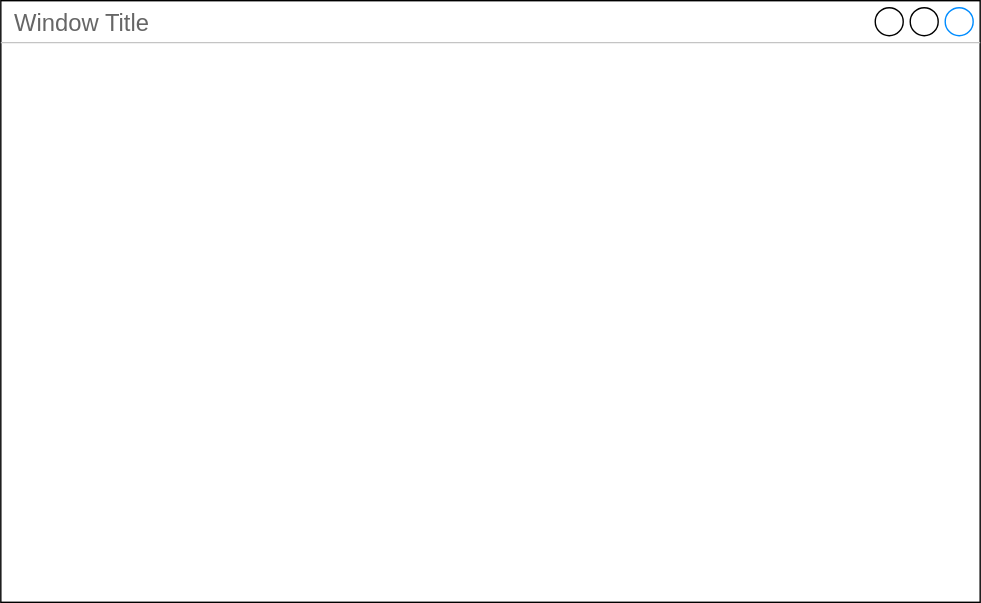
The draw.io diagram 画面設計.drawio.svg in yu-tasa/basicDesign, before a commit. Source tidied: cells renumbered, new cells last; positions are measured from the earlier drawing's top-left corner, leaving out a move shared by most shapes. Its diagram source:
```xml
<mxGraphModel>
  <root>
    <mxCell id="0" />
    <mxCell id="1" parent="0" />
    <mxCell id="2" value="Window Title" style="strokeWidth=1;shadow=0;dashed=0;align=center;html=1;shape=mxgraph.mockup.containers.window;align=left;verticalAlign=top;spacingLeft=8;strokeColor2=#008cff;strokeColor3=#c4c4c4;fontColor=#666666;mainText=;fontSize=17;labelBackgroundColor=none;whiteSpace=wrap;" parent="1" vertex="1">
      <mxGeometry width="700" height="430" as="geometry" />
    </mxCell>
  </root>
</mxGraphModel>
```
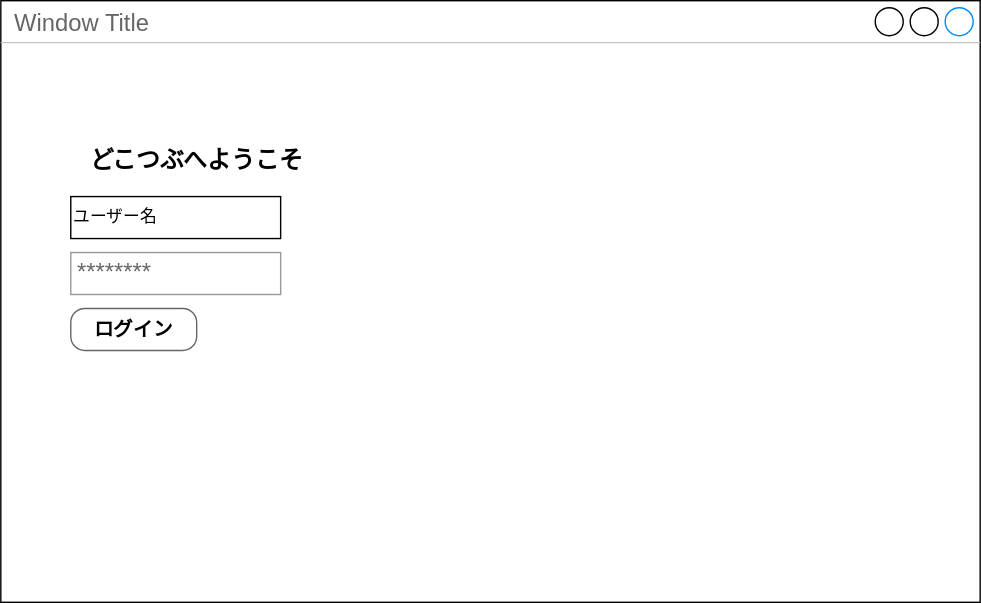
After the change.

Commit message:
画面設計.drawio.svg を更新します

Change to the diagram source:
```diff
@@ -5,5 +5,17 @@
     <mxCell id="2" value="Window Title" style="strokeWidth=1;shadow=0;dashed=0;align=center;html=1;shape=mxgraph.mockup.containers.window;align=left;verticalAlign=top;spacingLeft=8;strokeColor2=#008cff;strokeColor3=#c4c4c4;fontColor=#666666;mainText=;fontSize=17;labelBackgroundColor=none;whiteSpace=wrap;" parent="1" vertex="1">
       <mxGeometry width="700" height="430" as="geometry" />
     </mxCell>
+    <mxCell id="3" value="********" style="strokeWidth=1;shadow=0;dashed=0;align=center;html=1;shape=mxgraph.mockup.forms.pwField;strokeColor=#999999;mainText=;align=left;fontColor=#666666;fontSize=17;spacingLeft=3;" parent="1" vertex="1">
+      <mxGeometry x="50" y="180" width="150" height="30" as="geometry" />
+    </mxCell>
+    <mxCell id="4" value="ユーザー名" style="whiteSpace=wrap;html=1;align=left;" parent="1" vertex="1">
+      <mxGeometry x="50" y="140" width="150" height="30" as="geometry" />
+    </mxCell>
+    <mxCell id="5" value="&lt;font face=&quot;Verdana&quot; style=&quot;font-size: 17px;&quot;&gt;&lt;b style=&quot;&quot;&gt;どこつぶへようこそ&lt;/b&gt;&lt;/font&gt;" style="text;strokeColor=none;align=center;fillColor=none;html=1;verticalAlign=middle;whiteSpace=wrap;rounded=0;" parent="1" vertex="1">
+      <mxGeometry x="50" y="100" width="180" height="30" as="geometry" />
+    </mxCell>
+    <mxCell id="6" value="&lt;font style=&quot;font-size: 14px;&quot; color=&quot;#000000&quot;&gt;ログイン&lt;/font&gt;" style="strokeWidth=1;shadow=0;dashed=0;align=center;html=1;shape=mxgraph.mockup.buttons.button;strokeColor=#666666;fontColor=#ffffff;mainText=;buttonStyle=round;fontSize=17;fontStyle=1;fillColor=#FFFFFF;whiteSpace=wrap;" parent="1" vertex="1">
+      <mxGeometry x="50" y="220" width="90" height="30" as="geometry" />
+    </mxCell>
   </root>
 </mxGraphModel>
```
